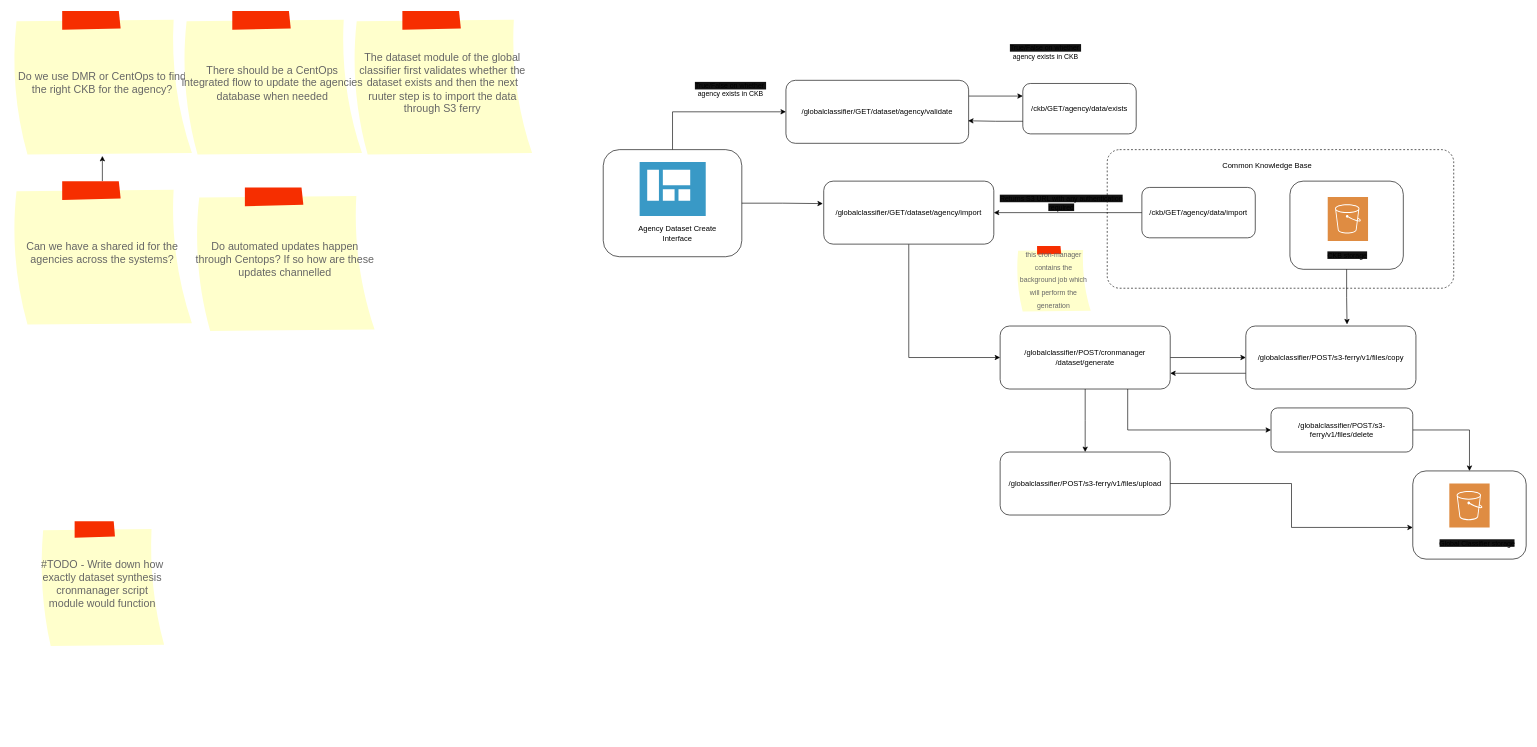
Before: page "Add-Datasource-Flow" (1 of 3) of docs/achitecture/global-classifier-dataset-pipeline-architecture.drawio in rootcodelabs/Global-Classifier, a draw.io diagram. Source tidied: cells renumbered, new cells numbered last; positions are measured from the earlier drawing's top-left corner, leaving out a move shared by most shapes. Both pictures are drawn from the tidied source at 63%, with x=0, y=0 at pixel (11, 11).
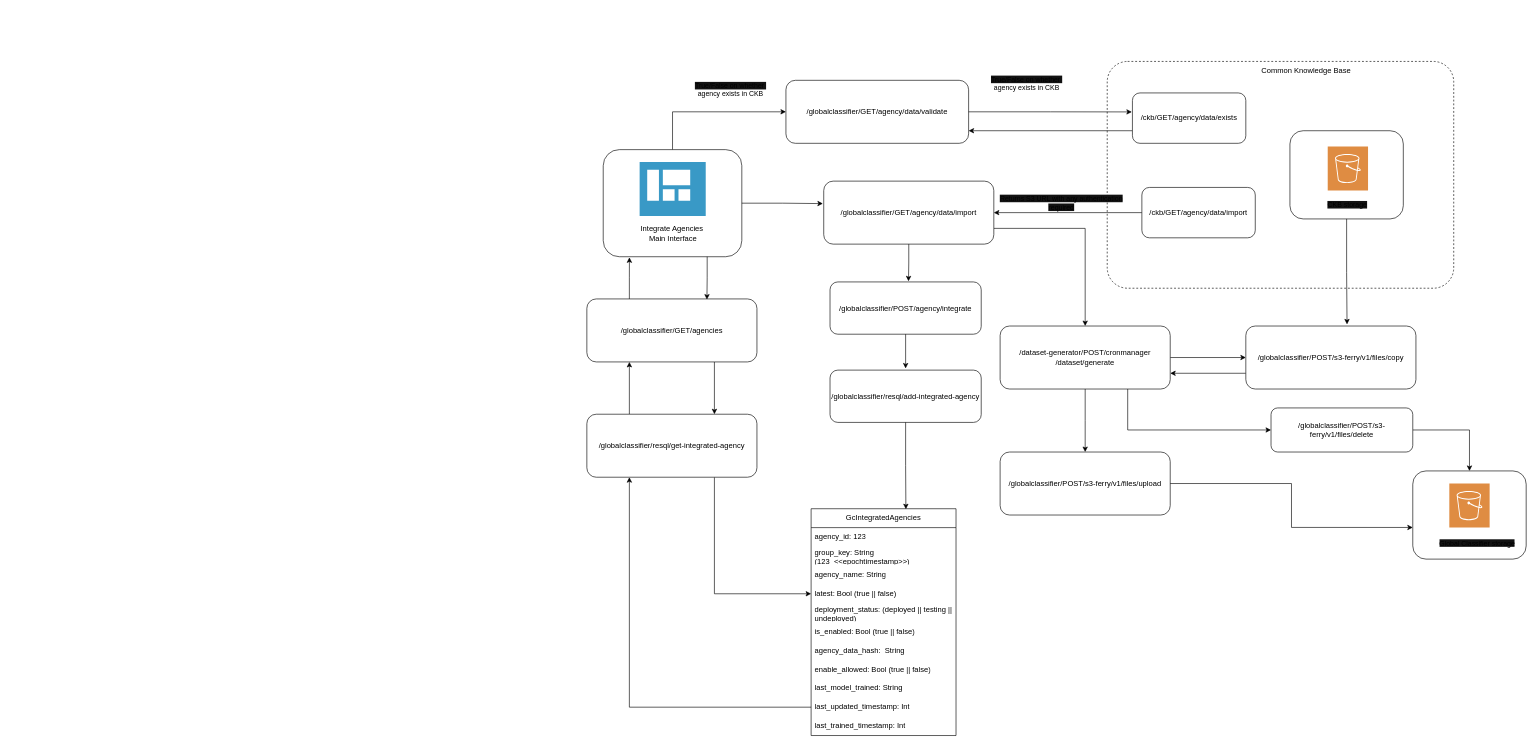
The same diagram, later.

Commit message (it also covers changes not shown here):
updated model architecture and integrated uv

Unchanged cells that the change refers to:
```xml
<mxCell id="7" style="rounded=1;whiteSpace=wrap;html=1;" parent="1" vertex="1">
  <mxGeometry x="940" y="220" width="220" height="170" as="geometry" />
</mxCell>
```

Change to the diagram source:
```diff
@@
     <mxCell id="2" style="rounded=1;whiteSpace=wrap;html=1;arcSize=9;dashed=1;fillColor=none;" parent="1" vertex="1">
-      <mxGeometry x="1740" y="220" width="550" height="220" as="geometry" />
+      <mxGeometry x="1740" y="80" width="550" height="360" as="geometry" />
     </mxCell>
+    <mxCell id="21" style="edgeStyle=orthogonalEdgeStyle;rounded=0;jettySize=auto;html=1;exitX=0;exitY=0.75;exitDx=0;exitDy=0;entryX=1;entryY=0.8;entryDx=0;entryDy=0;entryPerimeter=0;" parent="1" edge="1" source="3" target="5">
+      <mxGeometry relative="1" as="geometry" />
+    </mxCell>
     <mxCell id="3" value="/ckb/GET/agency/data/exists" style="rounded=1;whiteSpace=wrap;html=1;" parent="1" vertex="1">
-      <mxGeometry x="1606" y="115" width="180" height="80" as="geometry" />
+      <mxGeometry x="1780" y="130" width="180" height="80" as="geometry" />
     </mxCell>
-    <mxCell id="4" style="edgeStyle=orthogonalEdgeStyle;rounded=0;jettySize=auto;html=1;exitX=1;exitY=0.25;exitDx=0;exitDy=0;entryX=0;entryY=0.25;entryDx=0;entryDy=0;" parent="1" edge="1" source="5" target="3">
-      <mxGeometry relative="1" as="geometry" />
-    </mxCell>
-    <mxCell id="5" value="/globalclassifier/GET/dataset/agency/validate" style="rounded=1;whiteSpace=wrap;html=1;" parent="1" vertex="1">
+    <mxCell id="5" value="/globalclassifier/GET/agency/data/validate" style="rounded=1;whiteSpace=wrap;html=1;" parent="1" vertex="1">
       <mxGeometry x="1230" y="110" width="290" height="100" as="geometry" />
     </mxCell>
@@
-    <mxCell id="8" value="Agency Dataset Create Interface" style="text;html=1;align=center;verticalAlign=middle;whiteSpace=wrap;rounded=0;" parent="1" vertex="1">
-      <mxGeometry x="987.5" y="336.5" width="139.6" height="33.5" as="geometry" />
+    <mxCell id="8" value="Integrate Agencies&amp;nbsp;&lt;div&gt;Main Interface&lt;/div&gt;" style="text;html=1;align=center;verticalAlign=middle;whiteSpace=wrap;rounded=0;" parent="1" vertex="1">
+      <mxGeometry x="980.8" y="336.5" width="139.6" height="33.5" as="geometry" />
     </mxCell>
@@
     <mxCell id="10" value="Common Knowledge Base" style="text;html=1;align=center;verticalAlign=middle;whiteSpace=wrap;rounded=0;" parent="1" vertex="1">
-      <mxGeometry x="1898" y="230" width="192" height="30" as="geometry" />
+      <mxGeometry x="1960" y="80" width="192" height="30" as="geometry" />
     </mxCell>
@@
-    <mxCell id="13" value="The dataset module of the global classifier first validates whether the dataset exists and then the next ruuter step is to import the data through S3 ferry" style="strokeWidth=1;shadow=0;dashed=0;align=center;html=1;shape=mxgraph.mockup.text.stickyNote2;fontColor=#666666;mainText=;fontSize=17;whiteSpace=wrap;fillColor=#ffffcc;strokeColor=#F62E00;" parent="1" vertex="1">
-      <mxGeometry x="540" width="290" height="230" as="geometry" />
-    </mxCell>
@@
-    <mxCell id="15" style="edgeStyle=orthogonalEdgeStyle;rounded=0;jettySize=auto;html=1;entryX=0;entryY=0.5;entryDx=0;entryDy=0;exitX=0.5;exitY=1;exitDx=0;exitDy=0;" parent="1" edge="1" source="16" target="29">
+    <mxCell id="15" style="edgeStyle=orthogonalEdgeStyle;rounded=0;jettySize=auto;html=1;exitX=1;exitY=0.75;exitDx=0;exitDy=0;entryX=0.5;entryY=0;entryDx=0;entryDy=0;" parent="1" edge="1" source="16" target="29">
       <mxGeometry relative="1" as="geometry" />
     </mxCell>
-    <mxCell id="16" value="/globalclassifier/GET/dataset/agency/import" style="rounded=1;whiteSpace=wrap;html=1;" parent="1" vertex="1">
+    <mxCell id="16" value="/globalclassifier/GET/agency/data/import" style="rounded=1;whiteSpace=wrap;html=1;" parent="1" vertex="1">
       <mxGeometry x="1290" y="270" width="270" height="100" as="geometry" />
     </mxCell>
@@
-    <mxCell id="18" value="Do we use DMR or CentOps to find the right CKB for the agency?" style="strokeWidth=1;shadow=0;dashed=0;align=center;html=1;shape=mxgraph.mockup.text.stickyNote2;fontColor=#666666;mainText=;fontSize=17;whiteSpace=wrap;fillColor=#ffffcc;strokeColor=#F62E00;" parent="1" vertex="1">
-      <mxGeometry width="290" height="230" as="geometry" />
-    </mxCell>
-    <mxCell id="19" value="There should be a CentOps integrated flow to update the agencies database when needed" style="strokeWidth=1;shadow=0;dashed=0;align=center;html=1;shape=mxgraph.mockup.text.stickyNote2;fontColor=#666666;mainText=;fontSize=17;whiteSpace=wrap;fillColor=#ffffcc;strokeColor=#F62E00;" parent="1" vertex="1">
-      <mxGeometry x="270" width="290" height="230" as="geometry" />
-    </mxCell>
     <mxCell id="20" value="&lt;span style=&quot;font-size: 11px; text-wrap-mode: nowrap; background-color: rgb(18, 18, 18);&quot;&gt;True/False on whether&amp;nbsp;&lt;/span&gt;&lt;div style=&quot;font-size: 11px; text-wrap-mode: nowrap;&quot;&gt;agency exists in CKB&lt;/div&gt;" style="text;html=1;align=center;verticalAlign=middle;whiteSpace=wrap;rounded=0;" parent="1" vertex="1">
-      <mxGeometry x="1570" y="50" width="145" height="30" as="geometry" />
+      <mxGeometry x="1540" y="100" width="145" height="30" as="geometry" />
     </mxCell>
-    <mxCell id="21" style="edgeStyle=orthogonalEdgeStyle;rounded=0;jettySize=auto;html=1;exitX=0;exitY=0.75;exitDx=0;exitDy=0;entryX=0.997;entryY=0.642;entryDx=0;entryDy=0;entryPerimeter=0;" parent="1" edge="1" source="3" target="5">
-      <mxGeometry relative="1" as="geometry" />
-    </mxCell>
     <mxCell id="22" style="rounded=1;whiteSpace=wrap;html=1;" parent="1" vertex="1">
-      <mxGeometry x="2030" y="270" width="180" height="140" as="geometry" />
+      <mxGeometry x="2030" y="190" width="180" height="140" as="geometry" />
     </mxCell>
     <mxCell id="23" style="sketch=0;shadow=0;dashed=0;html=1;strokeColor=none;fillColor=#DF8C42;labelPosition=center;verticalLabelPosition=bottom;verticalAlign=top;align=center;shape=mxgraph.veeam2.aws_s3;" parent="1" vertex="1">
-      <mxGeometry x="2090" y="295" width="64" height="70" as="geometry" />
+      <mxGeometry x="2090" y="215" width="64" height="70" as="geometry" />
     </mxCell>
     <mxCell id="24" value="&lt;span style=&quot;font-size: 11px; text-wrap-mode: nowrap; background-color: rgb(18, 18, 18);&quot;&gt;CKB storage&lt;/span&gt;" style="text;html=1;align=center;verticalAlign=middle;whiteSpace=wrap;rounded=0;" parent="1" vertex="1">
-      <mxGeometry x="2048.5" y="373" width="145" height="30" as="geometry" />
+      <mxGeometry x="2048.5" y="293" width="145" height="30" as="geometry" />
     </mxCell>
@@
-    <mxCell id="29" value="/globalclassifier/&lt;span style=&quot;background-color: transparent; color: light-dark(rgb(0, 0, 0), rgb(255, 255, 255));&quot;&gt;POST/cronmanager /dataset/generate&lt;/span&gt;" style="rounded=1;whiteSpace=wrap;html=1;" parent="1" vertex="1">
+    <mxCell id="29" value="/dataset-generator/&lt;span style=&quot;background-color: transparent; color: light-dark(rgb(0, 0, 0), rgb(255, 255, 255));&quot;&gt;POST/cronmanager /dataset/generate&lt;/span&gt;" style="rounded=1;whiteSpace=wrap;html=1;" parent="1" vertex="1">
       <mxGeometry x="1570" y="500" width="270" height="100" as="geometry" />
     </mxCell>
@@
-    <mxCell id="33" value="&lt;font style=&quot;font-size: 11px;&quot;&gt;this cron-manager contains the background job which will perform the generation&lt;/font&gt;" style="strokeWidth=1;shadow=0;dashed=0;align=center;html=1;shape=mxgraph.mockup.text.stickyNote2;fontColor=#666666;mainText=;fontSize=17;whiteSpace=wrap;fillColor=#ffffcc;strokeColor=#F62E00;" parent="1" vertex="1">
-      <mxGeometry x="1595" y="373" width="120" height="105" as="geometry" />
-    </mxCell>
@@
-    <mxCell id="41" style="edgeStyle=orthogonalEdgeStyle;rounded=0;jettySize=auto;html=1;" parent="1" edge="1" source="42" target="18">
-      <mxGeometry relative="1" as="geometry" />
-    </mxCell>
-    <mxCell id="42" value="Can we have a shared id for the agencies across the systems?" style="strokeWidth=1;shadow=0;dashed=0;align=center;html=1;shape=mxgraph.mockup.text.stickyNote2;fontColor=#666666;mainText=;fontSize=17;whiteSpace=wrap;fillColor=#ffffcc;strokeColor=#F62E00;" parent="1" vertex="1">
-      <mxGeometry y="270" width="290" height="230" as="geometry" />
-    </mxCell>
-    <mxCell id="43" value="Do automated updates happen&lt;div&gt;through Centops? If so how are these updates channelled&lt;/div&gt;" style="strokeWidth=1;shadow=0;dashed=0;align=center;html=1;shape=mxgraph.mockup.text.stickyNote2;fontColor=#666666;mainText=;fontSize=17;whiteSpace=wrap;fillColor=#ffffcc;strokeColor=#F62E00;" parent="1" vertex="1">
-      <mxGeometry x="290" y="280" width="290" height="230" as="geometry" />
-    </mxCell>
-    <mxCell id="44" value="#TODO - Write down how exactly dataset synthesis cronmanager script module would function" style="strokeWidth=1;shadow=0;dashed=0;align=center;html=1;shape=mxgraph.mockup.text.stickyNote2;fontColor=#666666;mainText=;fontSize=17;whiteSpace=wrap;fillColor=#ffffcc;strokeColor=#F62E00;" parent="1" vertex="1">
-      <mxGeometry x="45" y="810" width="200" height="200" as="geometry" />
-    </mxCell>
+    <mxCell id="45" style="edgeStyle=orthogonalEdgeStyle;rounded=0;jettySize=auto;html=1;exitX=0.75;exitY=1;exitDx=0;exitDy=0;entryX=0.75;entryY=0;entryDx=0;entryDy=0;" parent="1" edge="1" source="46" target="49">
+      <mxGeometry relative="1" as="geometry" />
+    </mxCell>
+    <mxCell id="46" value="/globalclassifier/GET/agencies" style="rounded=1;whiteSpace=wrap;html=1;" parent="1" vertex="1">
+      <mxGeometry x="914" y="457" width="270" height="100" as="geometry" />
+    </mxCell>
+    <mxCell id="47" style="edgeStyle=orthogonalEdgeStyle;rounded=0;jettySize=auto;html=1;exitX=0.25;exitY=0;exitDx=0;exitDy=0;entryX=0.25;entryY=1;entryDx=0;entryDy=0;" parent="1" edge="1" source="49" target="46">
+      <mxGeometry relative="1" as="geometry" />
+    </mxCell>
+    <mxCell id="48" style="edgeStyle=orthogonalEdgeStyle;rounded=0;jettySize=auto;html=1;exitX=0.75;exitY=1;exitDx=0;exitDy=0;entryX=0;entryY=0.5;entryDx=0;entryDy=0;" parent="1" edge="1" source="49" target="54">
+      <mxGeometry relative="1" as="geometry" />
+    </mxCell>
+    <mxCell id="49" value="/globalclassifier/resql/get-integrated-agency" style="rounded=1;whiteSpace=wrap;html=1;" parent="1" vertex="1">
+      <mxGeometry x="914" y="640" width="270" height="100" as="geometry" />
+    </mxCell>
+    <mxCell id="50" value="GcIntegratedAgencies" style="swimlane;fontStyle=0;horizontal=1;startSize=30;whiteSpace=wrap;html=1;" parent="1" vertex="1">
+      <mxGeometry x="1270" y="790" width="230" height="360" as="geometry" />
+    </mxCell>
+    <mxCell id="51" value="agency_id: 123" style="text;strokeColor=none;fillColor=none;align=left;verticalAlign=middle;spacingLeft=4;spacingRight=4;overflow=hidden;whiteSpace=wrap;html=1;" parent="50" vertex="1">
+      <mxGeometry y="30" width="230" height="30" as="geometry" />
+    </mxCell>
+    <mxCell id="52" value="group_key: String (123_&amp;lt;&amp;lt;epochtimestamp&amp;gt;&amp;gt;)" style="text;strokeColor=none;fillColor=none;align=left;verticalAlign=middle;spacingLeft=4;spacingRight=4;overflow=hidden;whiteSpace=wrap;html=1;" parent="50" vertex="1">
+      <mxGeometry y="60" width="230" height="30" as="geometry" />
+    </mxCell>
+    <mxCell id="53" value="agency_name: String" style="text;strokeColor=none;fillColor=none;align=left;verticalAlign=middle;spacingLeft=4;spacingRight=4;overflow=hidden;whiteSpace=wrap;html=1;" parent="50" vertex="1">
+      <mxGeometry y="90" width="230" height="30" as="geometry" />
+    </mxCell>
+    <mxCell id="54" value="latest: Bool (true || false)" style="text;strokeColor=none;fillColor=none;align=left;verticalAlign=middle;spacingLeft=4;spacingRight=4;overflow=hidden;points=[[0,0.5],[1,0.5]];portConstraint=eastwest;whiteSpace=wrap;html=1;" parent="50" vertex="1">
+      <mxGeometry y="120" width="230" height="30" as="geometry" />
+    </mxCell>
+    <mxCell id="55" value="deployment_status: (deployed || testing || undeployed&lt;span style=&quot;background-color: transparent; color: light-dark(rgb(0, 0, 0), rgb(255, 255, 255));&quot;&gt;)&lt;/span&gt;" style="text;strokeColor=none;fillColor=none;align=left;verticalAlign=middle;spacingLeft=4;spacingRight=4;overflow=hidden;whiteSpace=wrap;html=1;" parent="50" vertex="1">
+      <mxGeometry y="150" width="230" height="30" as="geometry" />
+    </mxCell>
+    <mxCell id="56" value="is_enabled: Bool (true || false)" style="text;strokeColor=none;fillColor=none;align=left;verticalAlign=middle;spacingLeft=4;spacingRight=4;overflow=hidden;whiteSpace=wrap;html=1;" parent="50" vertex="1">
+      <mxGeometry y="180" width="230" height="30" as="geometry" />
+    </mxCell>
+    <mxCell id="57" value="agency_data_hash:&amp;nbsp; String" style="text;strokeColor=none;fillColor=none;align=left;verticalAlign=middle;spacingLeft=4;spacingRight=4;overflow=hidden;whiteSpace=wrap;html=1;" parent="50" vertex="1">
+      <mxGeometry y="210" width="230" height="30" as="geometry" />
+    </mxCell>
+    <mxCell id="58" value="enable_allowed: Bool (true || false)" style="text;strokeColor=none;fillColor=none;align=left;verticalAlign=middle;spacingLeft=4;spacingRight=4;overflow=hidden;whiteSpace=wrap;html=1;" parent="50" vertex="1">
+      <mxGeometry y="240" width="230" height="30" as="geometry" />
+    </mxCell>
+    <mxCell id="59" value="last_model_trained: String" style="text;strokeColor=none;fillColor=none;align=left;verticalAlign=middle;spacingLeft=4;spacingRight=4;overflow=hidden;whiteSpace=wrap;html=1;" parent="50" vertex="1">
+      <mxGeometry y="270" width="230" height="30" as="geometry" />
+    </mxCell>
+    <mxCell id="60" value="last_updated_timestamp: Int" style="text;strokeColor=none;fillColor=none;align=left;verticalAlign=middle;spacingLeft=4;spacingRight=4;overflow=hidden;points=[[0,0.5],[1,0.5]];portConstraint=eastwest;whiteSpace=wrap;html=1;" parent="50" vertex="1">
+      <mxGeometry y="300" width="230" height="30" as="geometry" />
+    </mxCell>
+    <mxCell id="61" value="last_trained_timestamp: Int" style="text;strokeColor=none;fillColor=none;align=left;verticalAlign=middle;spacingLeft=4;spacingRight=4;overflow=hidden;whiteSpace=wrap;html=1;" parent="50" vertex="1">
+      <mxGeometry y="330" width="230" height="30" as="geometry" />
+    </mxCell>
+    <mxCell id="62" style="edgeStyle=orthogonalEdgeStyle;rounded=0;jettySize=auto;html=1;exitX=0.75;exitY=1;exitDx=0;exitDy=0;entryX=0.706;entryY=0.01;entryDx=0;entryDy=0;entryPerimeter=0;" parent="1" edge="1" source="7" target="46">
+      <mxGeometry relative="1" as="geometry" />
+    </mxCell>
+    <mxCell id="63" style="edgeStyle=orthogonalEdgeStyle;rounded=0;jettySize=auto;html=1;exitX=0.25;exitY=0;exitDx=0;exitDy=0;entryX=0.189;entryY=1.006;entryDx=0;entryDy=0;entryPerimeter=0;" parent="1" edge="1" source="46" target="7">
+      <mxGeometry relative="1" as="geometry" />
+    </mxCell>
+    <mxCell id="64" style="edgeStyle=orthogonalEdgeStyle;rounded=0;jettySize=auto;html=1;exitX=0;exitY=0.5;exitDx=0;exitDy=0;entryX=0.25;entryY=1;entryDx=0;entryDy=0;" parent="1" edge="1" source="60" target="49">
+      <mxGeometry relative="1" as="geometry" />
+    </mxCell>
+    <mxCell id="65" value="/globalclassifier/POST/agency/integrate" style="rounded=1;whiteSpace=wrap;html=1;" parent="1" vertex="1">
+      <mxGeometry x="1300" y="430" width="240" height="83" as="geometry" />
+    </mxCell>
+    <mxCell id="66" value="/globalclassifier/resql/add-integrated-agency" style="rounded=1;whiteSpace=wrap;html=1;" parent="1" vertex="1">
+      <mxGeometry x="1300" y="570" width="240" height="83" as="geometry" />
+    </mxCell>
+    <mxCell id="67" style="edgeStyle=orthogonalEdgeStyle;rounded=0;jettySize=auto;html=1;exitX=0.5;exitY=1;exitDx=0;exitDy=0;entryX=0.519;entryY=-0.012;entryDx=0;entryDy=0;entryPerimeter=0;" parent="1" edge="1" source="16" target="65">
+      <mxGeometry relative="1" as="geometry" />
+    </mxCell>
+    <mxCell id="68" style="edgeStyle=orthogonalEdgeStyle;rounded=0;jettySize=auto;html=1;exitX=0.5;exitY=1;exitDx=0;exitDy=0;entryX=0.5;entryY=-0.032;entryDx=0;entryDy=0;entryPerimeter=0;" parent="1" edge="1" source="65" target="66">
+      <mxGeometry relative="1" as="geometry" />
+    </mxCell>
+    <mxCell id="69" style="edgeStyle=orthogonalEdgeStyle;rounded=0;jettySize=auto;html=1;exitX=0.5;exitY=1;exitDx=0;exitDy=0;entryX=0.654;entryY=0.002;entryDx=0;entryDy=0;entryPerimeter=0;" parent="1" edge="1" source="66" target="50">
+      <mxGeometry relative="1" as="geometry" />
+    </mxCell>
+    <mxCell id="4" style="edgeStyle=orthogonalEdgeStyle;rounded=0;jettySize=auto;html=1;exitX=1;exitY=0.5;exitDx=0;exitDy=0;entryX=-0.005;entryY=0.377;entryDx=0;entryDy=0;entryPerimeter=0;" parent="1" edge="1" source="5" target="3">
+      <mxGeometry relative="1" as="geometry" />
+    </mxCell>
```
